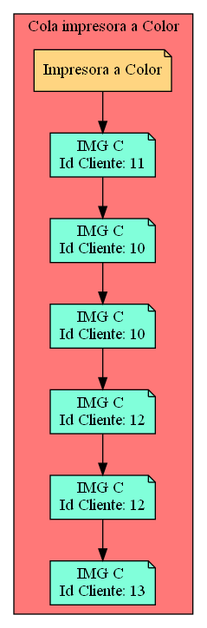
The Graphviz diagram Cola_Print_color.png in Serch-ING/EDD_UDRAWING_202000119, before a commit. Its source is kept beside it as Cola_Print_color.dot.
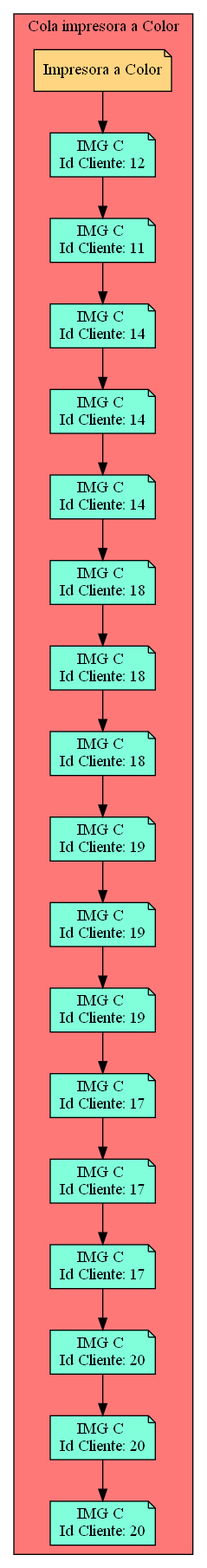
The same file after the commit.

What changed in the source:
```diff
@@ -3,27 +3,71 @@
 subgraph cluster_p{
     label= " Cola impresora a Color "
  raiz[label = "Impresora a Color" fillcolor="#FFD581" ]    bgcolor = "#FF7878"
-Nodo148626113[label="IMG C
+Nodo2005169944[label="IMG C
+Id Cliente: 12",fillcolor="#81FFDA"]
+Nodo1321530272[label="IMG C
 Id Cliente: 11",fillcolor="#81FFDA"]
-Nodo1847637306[label="IMG C
-Id Cliente: 10",fillcolor="#81FFDA"]
-Nodo1904253191[label="IMG C
-Id Cliente: 10",fillcolor="#81FFDA"]
-Nodo1666607455[label="IMG C
-Id Cliente: 12",fillcolor="#81FFDA"]
-Nodo1327006586[label="IMG C
-Id Cliente: 12",fillcolor="#81FFDA"]
-Nodo1045997582[label="IMG C
-Id Cliente: 13",fillcolor="#81FFDA"]
+Nodo1239759990[label="IMG C
+Id Cliente: 14",fillcolor="#81FFDA"]
+Nodo891093184[label="IMG C
+Id Cliente: 14",fillcolor="#81FFDA"]
+Nodo708533063[label="IMG C
+Id Cliente: 14",fillcolor="#81FFDA"]
+Nodo711327356[label="IMG C
+Id Cliente: 18",fillcolor="#81FFDA"]
+Nodo68377659[label="IMG C
+Id Cliente: 18",fillcolor="#81FFDA"]
+Nodo1661123505[label="IMG C
+Id Cliente: 18",fillcolor="#81FFDA"]
+Nodo1427381743[label="IMG C
+Id Cliente: 19",fillcolor="#81FFDA"]
+Nodo1427646530[label="IMG C
+Id Cliente: 19",fillcolor="#81FFDA"]
+Nodo846254484[label="IMG C
+Id Cliente: 19",fillcolor="#81FFDA"]
+Nodo592983282[label="IMG C
+Id Cliente: 17",fillcolor="#81FFDA"]
+Nodo1448525331[label="IMG C
+Id Cliente: 17",fillcolor="#81FFDA"]
+Nodo1108924067[label="IMG C
+Id Cliente: 17",fillcolor="#81FFDA"]
+Nodo1671179293[label="IMG C
+Id Cliente: 20",fillcolor="#81FFDA"]
+Nodo1609124502[label="IMG C
+Id Cliente: 20",fillcolor="#81FFDA"]
+Nodo1144068272[label="IMG C
+Id Cliente: 20",fillcolor="#81FFDA"]
 
-raiz->Nodo148626113
-Nodo148626113 -> Nodo1847637306
+raiz->Nodo2005169944
+Nodo2005169944 -> Nodo1321530272
 
-Nodo1847637306 -> Nodo1904253191
+Nodo1321530272 -> Nodo1239759990
 
-Nodo1904253191 -> Nodo1666607455
+Nodo1239759990 -> Nodo891093184
 
-Nodo1666607455 -> Nodo1327006586
+Nodo891093184 -> Nodo708533063
 
-Nodo1327006586 -> Nodo1045997582
+Nodo708533063 -> Nodo711327356
+
+Nodo711327356 -> Nodo68377659
+
+Nodo68377659 -> Nodo1661123505
+
+Nodo1661123505 -> Nodo1427381743
+
+Nodo1427381743 -> Nodo1427646530
+
+Nodo1427646530 -> Nodo846254484
+
+Nodo846254484 -> Nodo592983282
+
+Nodo592983282 -> Nodo1448525331
+
+Nodo1448525331 -> Nodo1108924067
+
+Nodo1108924067 -> Nodo1671179293
+
+Nodo1671179293 -> Nodo1609124502
+
+Nodo1609124502 -> Nodo1144068272
 }}
```
